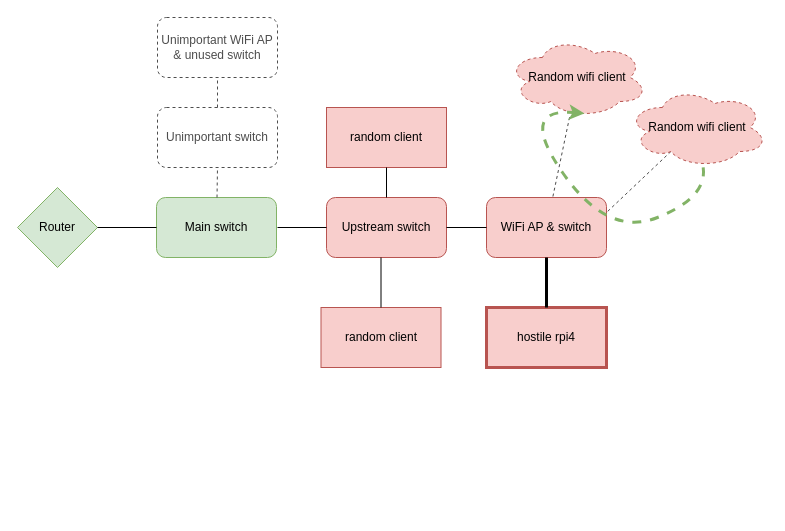
This is rpi4-net.drawio from maniac0r/audio, a draw.io file, before an edit. Source tidied: cells renumbered, new cells numbered last; positions are measured from the earlier drawing's top-left corner, leaving out a move shared by most shapes. Both pictures are drawn from the tidied source at 100%, with x=0, y=0 at pixel (17, 17).
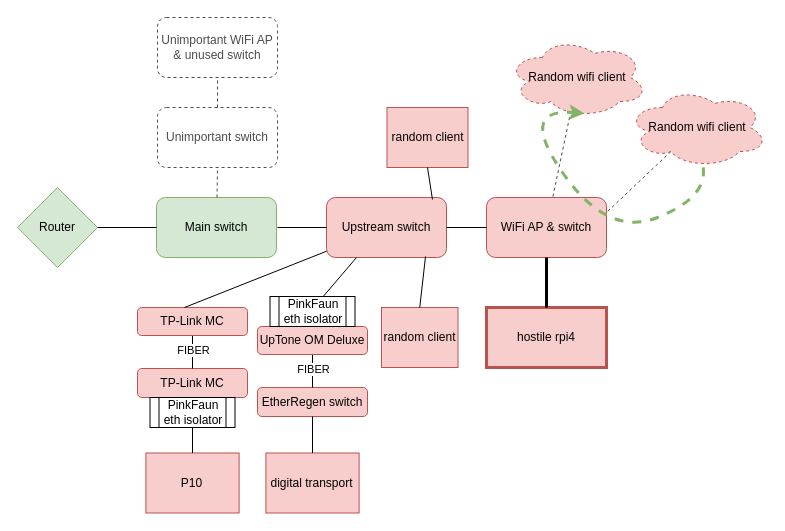
The same diagram, later.

Unchanged cells that the change refers to:
```xml
<mxCell id="3" value="Upstream switch" style="rounded=1;whiteSpace=wrap;html=1;fillColor=#f8cecc;strokeColor=#b85450;" parent="1" vertex="1">
  <mxGeometry x="309" y="180" width="120" height="60" as="geometry" />
</mxCell>
```

Diff of the diagram source:
```diff
@@
     <mxCell id="15" value="random client" style="rounded=0;whiteSpace=wrap;html=1;fillColor=#f8cecc;strokeColor=#b85450;" parent="1" vertex="1">
-      <mxGeometry x="303.5" y="290" width="120" height="60" as="geometry" />
+      <mxGeometry x="364" y="290" width="76.5" height="60" as="geometry" />
     </mxCell>
-    <mxCell id="16" style="endArrow=none;html=1;rounded=0;entryX=0.5;entryY=0;entryDx=0;entryDy=0;exitX=0.5;exitY=1;exitDx=0;exitDy=0;" parent="1" edge="1" target="15">
-      <mxGeometry relative="1" as="geometry">
-        <mxPoint x="363.5" y="240" as="sourcePoint" />
-      </mxGeometry>
+    <mxCell id="16" style="endArrow=none;html=1;rounded=0;entryX=0.5;entryY=0;entryDx=0;entryDy=0;exitX=0.825;exitY=0.983;exitDx=0;exitDy=0;exitPerimeter=0;" parent="1" edge="1" source="3" target="15">
+      <mxGeometry relative="1" as="geometry" />
     </mxCell>
     <mxCell id="17" value="random client" style="rounded=0;whiteSpace=wrap;html=1;fillColor=#f8cecc;strokeColor=#b85450;" parent="1" vertex="1">
-      <mxGeometry x="309" y="90" width="120" height="60" as="geometry" />
+      <mxGeometry x="369.5" y="90" width="81" height="60" as="geometry" />
     </mxCell>
-    <mxCell id="18" style="endArrow=none;html=1;rounded=0;entryX=0.5;entryY=0;entryDx=0;entryDy=0;exitX=0.5;exitY=1;exitDx=0;exitDy=0;" parent="1" edge="1" source="17" target="3">
+    <mxCell id="18" style="endArrow=none;html=1;rounded=0;entryX=0.883;entryY=0.033;entryDx=0;entryDy=0;exitX=0.5;exitY=1;exitDx=0;exitDy=0;entryPerimeter=0;" parent="1" edge="1" source="17" target="3">
       <mxGeometry relative="1" as="geometry" />
     </mxCell>
@@
+    <mxCell id="24" value="EtherRegen switch" style="rounded=1;whiteSpace=wrap;html=1;fillColor=#f8cecc;strokeColor=#b85450;" parent="1" vertex="1">
+      <mxGeometry x="240" y="370" width="110" height="29" as="geometry" />
+    </mxCell>
+    <mxCell id="25" style="endArrow=none;html=1;rounded=0;exitX=0.25;exitY=1;exitDx=0;exitDy=0;entryX=0.606;entryY=0.067;entryDx=0;entryDy=0;entryPerimeter=0;" parent="1" edge="1" source="3" target="37">
+      <mxGeometry relative="1" as="geometry" />
+    </mxCell>
+    <mxCell id="26" value="digital transport" style="rounded=0;whiteSpace=wrap;html=1;fillColor=#f8cecc;strokeColor=#b85450;" parent="1" vertex="1">
+      <mxGeometry x="248.4" y="435.5" width="93.2" height="60" as="geometry" />
+    </mxCell>
+    <mxCell id="27" style="endArrow=none;html=1;rounded=0;exitX=0.5;exitY=0;exitDx=0;exitDy=0;entryX=0.5;entryY=1;entryDx=0;entryDy=0;" parent="1" edge="1" source="24" target="29">
+      <mxGeometry relative="1" as="geometry" />
+    </mxCell>
+    <mxCell id="28" value="FIBER" style="edgeLabel;html=1;align=center;verticalAlign=middle;" parent="27" vertex="1">
+      <mxGeometry x="0.18" relative="1" as="geometry" />
+    </mxCell>
+    <mxCell id="29" value="UpTone OM Deluxe" style="rounded=1;whiteSpace=wrap;html=1;fillColor=#f8cecc;strokeColor=#b85450;" parent="1" vertex="1">
+      <mxGeometry x="240" y="309" width="110" height="28" as="geometry" />
+    </mxCell>
+    <mxCell id="30" style="endArrow=none;html=1;rounded=0;exitX=0.5;exitY=0;exitDx=0;exitDy=0;entryX=0.5;entryY=1;entryDx=0;entryDy=0;" parent="1" edge="1" source="26" target="24">
+      <mxGeometry relative="1" as="geometry" />
+    </mxCell>
+    <mxCell id="31" value="TP-Link MC" style="rounded=1;whiteSpace=wrap;html=1;fillColor=#f8cecc;strokeColor=#b85450;" parent="1" vertex="1">
+      <mxGeometry x="120" y="351" width="110" height="29" as="geometry" />
+    </mxCell>
+    <mxCell id="32" value="P10" style="rounded=0;whiteSpace=wrap;html=1;fillColor=#f8cecc;strokeColor=#b85450;" parent="1" vertex="1">
+      <mxGeometry x="128.4" y="435.5" width="93.2" height="60" as="geometry" />
+    </mxCell>
+    <mxCell id="33" style="endArrow=none;html=1;rounded=0;exitX=0.5;exitY=0;exitDx=0;exitDy=0;entryX=0.5;entryY=1;entryDx=0;entryDy=0;" parent="1" edge="1" source="31" target="35">
+      <mxGeometry relative="1" as="geometry" />
+    </mxCell>
+    <mxCell id="34" value="FIBER" style="edgeLabel;html=1;align=center;verticalAlign=middle;" parent="33" vertex="1">
+      <mxGeometry x="0.18" relative="1" as="geometry" />
+    </mxCell>
+    <mxCell id="35" value="TP-Link MC" style="rounded=1;whiteSpace=wrap;html=1;fillColor=#f8cecc;strokeColor=#b85450;" parent="1" vertex="1">
+      <mxGeometry x="120" y="290" width="110" height="28" as="geometry" />
+    </mxCell>
+    <mxCell id="36" style="endArrow=none;html=1;rounded=0;exitX=0.5;exitY=0;exitDx=0;exitDy=0;entryX=0.5;entryY=1;entryDx=0;entryDy=0;" parent="1" edge="1" source="32" target="39">
+      <mxGeometry relative="1" as="geometry" />
+    </mxCell>
+    <mxCell id="37" value="PinkFaun&lt;br&gt;eth isolator" style="shape=process;whiteSpace=wrap;html=1;backgroundOutline=1;" parent="1" vertex="1">
+      <mxGeometry x="252.5" y="279" width="85" height="30" as="geometry" />
+    </mxCell>
+    <mxCell id="38" style="endArrow=none;html=1;rounded=0;entryX=0.427;entryY=0;entryDx=0;entryDy=0;entryPerimeter=0;" parent="1" edge="1" source="3" target="35">
+      <mxGeometry relative="1" as="geometry" />
+    </mxCell>
+    <mxCell id="39" value="PinkFaun&lt;br&gt;eth isolator" style="shape=process;whiteSpace=wrap;html=1;backgroundOutline=1;" parent="1" vertex="1">
+      <mxGeometry x="132.5" y="380" width="85" height="30" as="geometry" />
+    </mxCell>
```
